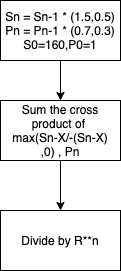
Earlier version of the draw.io export images/hw3.png (twdiamdiam/Financial_Engineering). Source tidied: cells renumbered, new cells last; positions are measured from the earlier drawing's top-left corner, leaving out a move shared by most shapes. Source of this version:
```xml
<mxGraphModel>
  <root>
    <mxCell id="0" />
    <mxCell id="1" parent="0" />
    <mxCell id="2" style="edgeStyle=orthogonalEdgeStyle;rounded=0;jettySize=auto;html=1;exitX=0.5;exitY=1;exitDx=0;exitDy=0;" parent="1" edge="1" source="3">
      <mxGeometry relative="1" as="geometry">
        <mxPoint x="60" y="210" as="targetPoint" />
      </mxGeometry>
    </mxCell>
    <mxCell id="3" value="Sum the cross product of &lt;br&gt;max(Sn-X/-(Sn-X)&lt;br&gt;,0) , Pn&lt;br&gt;" style="shape=process;whiteSpace=wrap;html=1;backgroundOutline=1;size=0;" parent="1" vertex="1">
      <mxGeometry y="100" width="120" height="60" as="geometry" />
    </mxCell>
    <mxCell id="4" style="edgeStyle=orthogonalEdgeStyle;rounded=0;jettySize=auto;html=1;exitX=0.5;exitY=1;exitDx=0;exitDy=0;entryX=0.5;entryY=0;entryDx=0;entryDy=0;" parent="1" edge="1" source="5" target="3">
      <mxGeometry relative="1" as="geometry" />
    </mxCell>
    <mxCell id="5" value="Sn = Sn-1 * (1.5,0.5)&lt;br&gt;Pn = Pn-1 * (0.7,0.3)&lt;br&gt;S0=160,P0=1" style="rounded=0;whiteSpace=wrap;html=1;" parent="1" vertex="1">
      <mxGeometry width="120" height="60" as="geometry" />
    </mxCell>
    <mxCell id="6" value="Divide by R**n" style="rounded=0;whiteSpace=wrap;html=1;" parent="1" vertex="1">
      <mxGeometry y="210" width="120" height="60" as="geometry" />
    </mxCell>
  </root>
</mxGraphModel>
```
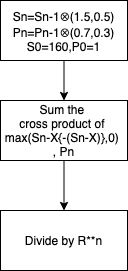
After the commit.

What changed in the source:
```diff
@@ -2,22 +2,20 @@
   <root>
     <mxCell id="0" />
     <mxCell id="1" parent="0" />
-    <mxCell id="2" style="edgeStyle=orthogonalEdgeStyle;rounded=0;jettySize=auto;html=1;exitX=0.5;exitY=1;exitDx=0;exitDy=0;" parent="1" edge="1" source="3">
-      <mxGeometry relative="1" as="geometry">
-        <mxPoint x="60" y="210" as="targetPoint" />
-      </mxGeometry>
-    </mxCell>
+    <mxCell id="7" style="edgeStyle=orthogonalEdgeStyle;rounded=0;jettySize=auto;html=1;" parent="1" edge="1" source="3" target="6">
+      <mxGeometry relative="1" as="geometry" />
+    </mxCell>
-    <mxCell id="3" value="Sum the cross product of &lt;br&gt;max(Sn-X/-(Sn-X)&lt;br&gt;,0) , Pn&lt;br&gt;" style="shape=process;whiteSpace=wrap;html=1;backgroundOutline=1;size=0;" parent="1" vertex="1">
-      <mxGeometry y="100" width="120" height="60" as="geometry" />
+    <mxCell id="3" value="Sum the &lt;br&gt;cross product of &lt;br&gt;max(Sn-X{-(Sn-X)},0) &lt;br&gt;, Pn" style="shape=process;whiteSpace=wrap;html=1;backgroundOutline=1;size=0;" parent="1" vertex="1">
+      <mxGeometry y="100" width="127" height="60" as="geometry" />
     </mxCell>
     <mxCell id="4" style="edgeStyle=orthogonalEdgeStyle;rounded=0;jettySize=auto;html=1;exitX=0.5;exitY=1;exitDx=0;exitDy=0;entryX=0.5;entryY=0;entryDx=0;entryDy=0;" parent="1" edge="1" source="5" target="3">
       <mxGeometry relative="1" as="geometry" />
     </mxCell>
-    <mxCell id="5" value="Sn = Sn-1 * (1.5,0.5)&lt;br&gt;Pn = Pn-1 * (0.7,0.3)&lt;br&gt;S0=160,P0=1" style="rounded=0;whiteSpace=wrap;html=1;" parent="1" vertex="1">
-      <mxGeometry width="120" height="60" as="geometry" />
+    <mxCell id="5" value="Sn=Sn-1&lt;span style=&quot;font-family: sans-serif ; font-size: 14px&quot;&gt;⊗&lt;/span&gt;(1.5,0.5)&lt;br&gt;Pn=Pn-1&lt;span style=&quot;font-family: sans-serif ; font-size: 14px&quot;&gt;⊗&lt;/span&gt;(0.7,0.3)&lt;br&gt;S0=160,P0=1" style="rounded=0;whiteSpace=wrap;html=1;" parent="1" vertex="1">
+      <mxGeometry width="127" height="60" as="geometry" />
     </mxCell>
     <mxCell id="6" value="Divide by R**n" style="rounded=0;whiteSpace=wrap;html=1;" parent="1" vertex="1">
-      <mxGeometry y="210" width="120" height="60" as="geometry" />
+      <mxGeometry y="210" width="127" height="60" as="geometry" />
     </mxCell>
   </root>
 </mxGraphModel>
```
